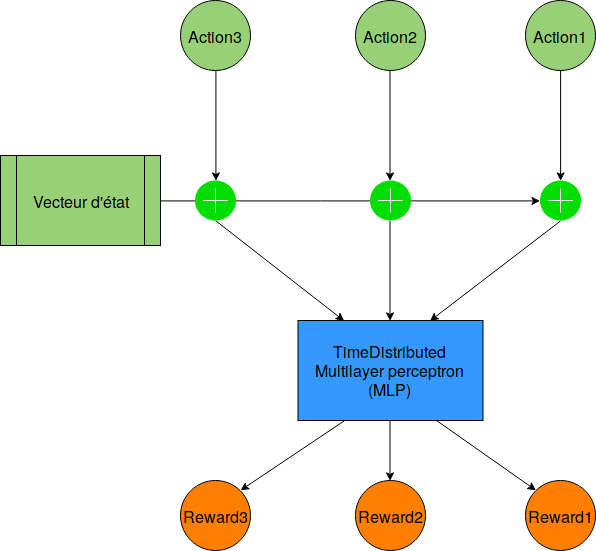
This is images/Conception/DM/time_dist.png from Wissben/Master-Thesis, a draw.io export, as it was before one commit. Source tidied: cells renumbered, new cells last; positions are measured from the earlier drawing's top-left corner, leaving out a move shared by most shapes.
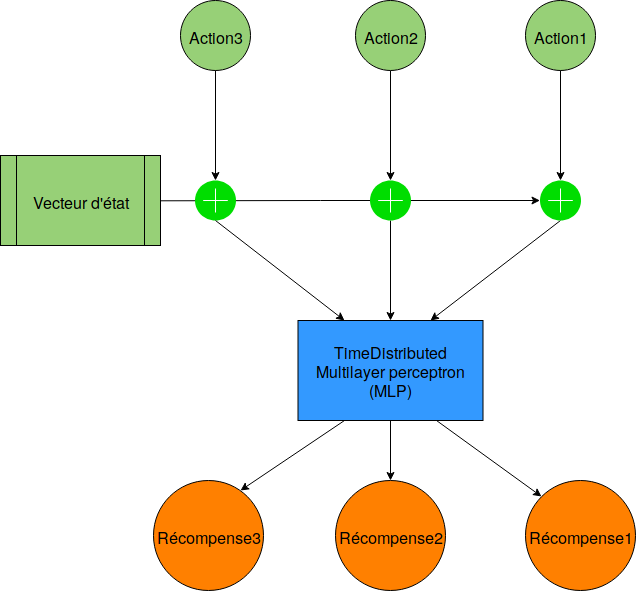
After the change.

Change to the diagram source:
```diff
@@ -13,8 +13,10 @@
     <mxCell id="4" value="&lt;font style=&quot;font-size: 16px&quot;&gt;&amp;nbsp;Vecteur d'état&amp;nbsp; &lt;/font&gt;" style="shape=process;whiteSpace=wrap;html=1;backgroundOutline=1;strokeColor=#000000;fillColor=#97D077;" parent="1" vertex="1">
       <mxGeometry y="155" width="160" height="90" as="geometry" />
     </mxCell>
-    <mxCell id="5" style="edgeStyle=orthogonalEdgeStyle;rounded=0;jettySize=auto;html=1;exitX=0.5;exitY=1;exitDx=0;exitDy=0;entryX=0.5;entryY=0;entryDx=0;entryDy=0;strokeColor=#000000;fillColor=#999999;" parent="1" edge="1" source="6" target="12">
-      <mxGeometry relative="1" as="geometry" />
+    <mxCell id="5" style="edgeStyle=orthogonalEdgeStyle;rounded=0;jettySize=auto;html=1;exitX=0.5;exitY=1;exitDx=0;exitDy=0;entryX=0.5;entryY=0;entryDx=0;entryDy=0;strokeColor=#000000;fillColor=#999999;" parent="1" edge="1" source="6">
+      <mxGeometry relative="1" as="geometry">
+        <mxPoint x="390" y="480" as="targetPoint" />
+      </mxGeometry>
     </mxCell>
     <mxCell id="6" value="&lt;font style=&quot;font-size: 16px&quot;&gt;TimeDistributed Multilayer perceptron (MLP)&lt;/font&gt;" style="rounded=0;whiteSpace=wrap;html=1;strokeColor=#000000;fillColor=#3399FF;" parent="1" vertex="1">
       <mxGeometry x="297.5" y="320" width="185" height="100" as="geometry" />
@@ -31,15 +33,9 @@
     <mxCell id="10" value="&lt;div&gt;&lt;font style=&quot;font-size: 16px&quot;&gt;Action3&lt;/font&gt;&lt;/div&gt;" style="ellipse;whiteSpace=wrap;html=1;strokeColor=#000000;fillColor=#97D077;" parent="1" vertex="1">
       <mxGeometry x="180" width="70" height="70" as="geometry" />
     </mxCell>
-    <mxCell id="11" value="&lt;div&gt;&lt;font style=&quot;font-size: 16px&quot;&gt;Reward1&lt;/font&gt;&lt;/div&gt;" style="ellipse;whiteSpace=wrap;html=1;strokeColor=#000000;fillColor=#FF8000;" parent="1" vertex="1">
-      <mxGeometry x="525" y="480" width="70" height="70" as="geometry" />
+    <mxCell id="11" value="&lt;font style=&quot;font-size: 16px&quot;&gt;Récompense1&lt;/font&gt;" style="ellipse;whiteSpace=wrap;html=1;strokeColor=#000000;fillColor=#FF8000;" parent="1" vertex="1">
+      <mxGeometry x="525" y="480" width="110" height="110" as="geometry" />
     </mxCell>
-    <mxCell id="12" value="&lt;div&gt;&lt;font style=&quot;font-size: 16px&quot;&gt;Reward2&lt;/font&gt;&lt;/div&gt;" style="ellipse;whiteSpace=wrap;html=1;strokeColor=#000000;fillColor=#FF8000;" parent="1" vertex="1">
-      <mxGeometry x="355" y="480" width="70" height="70" as="geometry" />
-    </mxCell>
-    <mxCell id="13" value="&lt;div&gt;&lt;font style=&quot;font-size: 16px&quot;&gt;Reward3&lt;/font&gt;&lt;/div&gt;" style="ellipse;whiteSpace=wrap;html=1;strokeColor=#000000;fillColor=#FF8000;" parent="1" vertex="1">
-      <mxGeometry x="180" y="480" width="70" height="70" as="geometry" />
-    </mxCell>
     <mxCell id="14" style="edgeStyle=orthogonalEdgeStyle;rounded=0;jettySize=auto;html=1;exitX=0.5;exitY=1;exitDx=0;exitDy=0;exitPerimeter=0;entryX=0.5;entryY=0;entryDx=0;entryDy=0;strokeColor=#000000;fillColor=#999999;" parent="1" edge="1" source="15" target="6">
       <mxGeometry relative="1" as="geometry" />
     </mxCell>
@@ -67,8 +63,16 @@
     <mxCell id="22" style="endArrow=classic;html=1;strokeColor=#000000;fillColor=#999999;exitX=0.75;exitY=1;exitDx=0;exitDy=0;entryX=0;entryY=0;entryDx=0;entryDy=0;" parent="1" edge="1" source="6" target="11">
       <mxGeometry relative="1" as="geometry" />
     </mxCell>
-    <mxCell id="23" style="endArrow=classic;html=1;strokeColor=#000000;fillColor=#999999;exitX=0.25;exitY=1;exitDx=0;exitDy=0;entryX=1;entryY=0;entryDx=0;entryDy=0;" parent="1" edge="1" source="6" target="13">
-      <mxGeometry relative="1" as="geometry" />
+    <mxCell id="23" style="endArrow=classic;html=1;strokeColor=#000000;fillColor=#999999;exitX=0.25;exitY=1;exitDx=0;exitDy=0;entryX=1;entryY=0;entryDx=0;entryDy=0;" parent="1" edge="1" source="6">
+      <mxGeometry relative="1" as="geometry">
+        <mxPoint x="240" y="490" as="targetPoint" />
+      </mxGeometry>
     </mxCell>
+    <mxCell id="24" value="&lt;div&gt;&lt;font style=&quot;font-size: 16px&quot;&gt;Récompense2&lt;/font&gt;&lt;/div&gt;" style="ellipse;whiteSpace=wrap;html=1;strokeColor=#000000;fillColor=#FF8000;" parent="1" vertex="1">
+      <mxGeometry x="335" y="480" width="110" height="110" as="geometry" />
+    </mxCell>
+    <mxCell id="25" value="&lt;font style=&quot;font-size: 16px&quot;&gt;Récompense3&lt;/font&gt;" style="ellipse;whiteSpace=wrap;html=1;strokeColor=#000000;fillColor=#FF8000;" parent="1" vertex="1">
+      <mxGeometry x="153" y="480" width="110" height="110" as="geometry" />
+    </mxCell>
   </root>
 </mxGraphModel>
```
